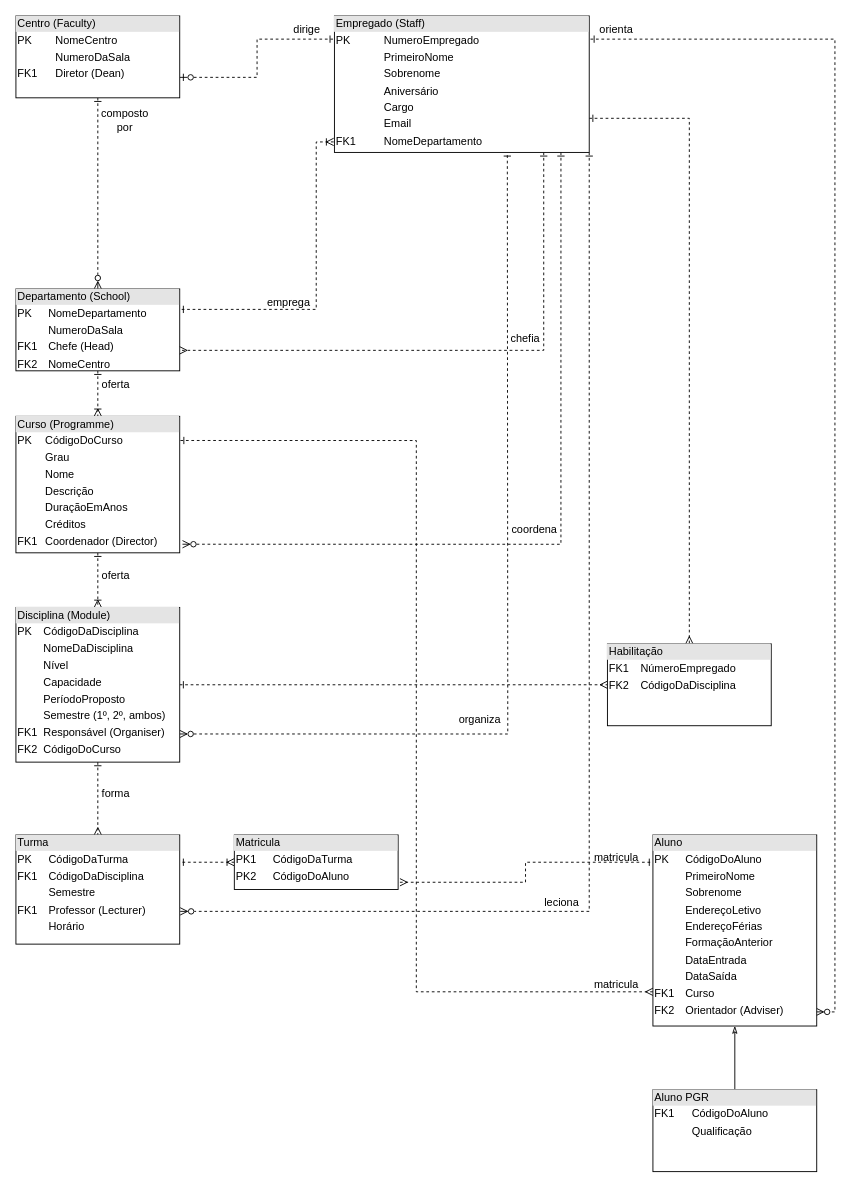
This is Untitled Diagram.drawio from PabloBF/SQL_UEA, a draw.io file, before an edit. Source tidied: cells renumbered, new cells numbered last; positions are measured from the earlier drawing's top-left corner, leaving out a move shared by most shapes. Both pictures are drawn from the tidied source at 91%, with x=0, y=0 at pixel (15, 15).
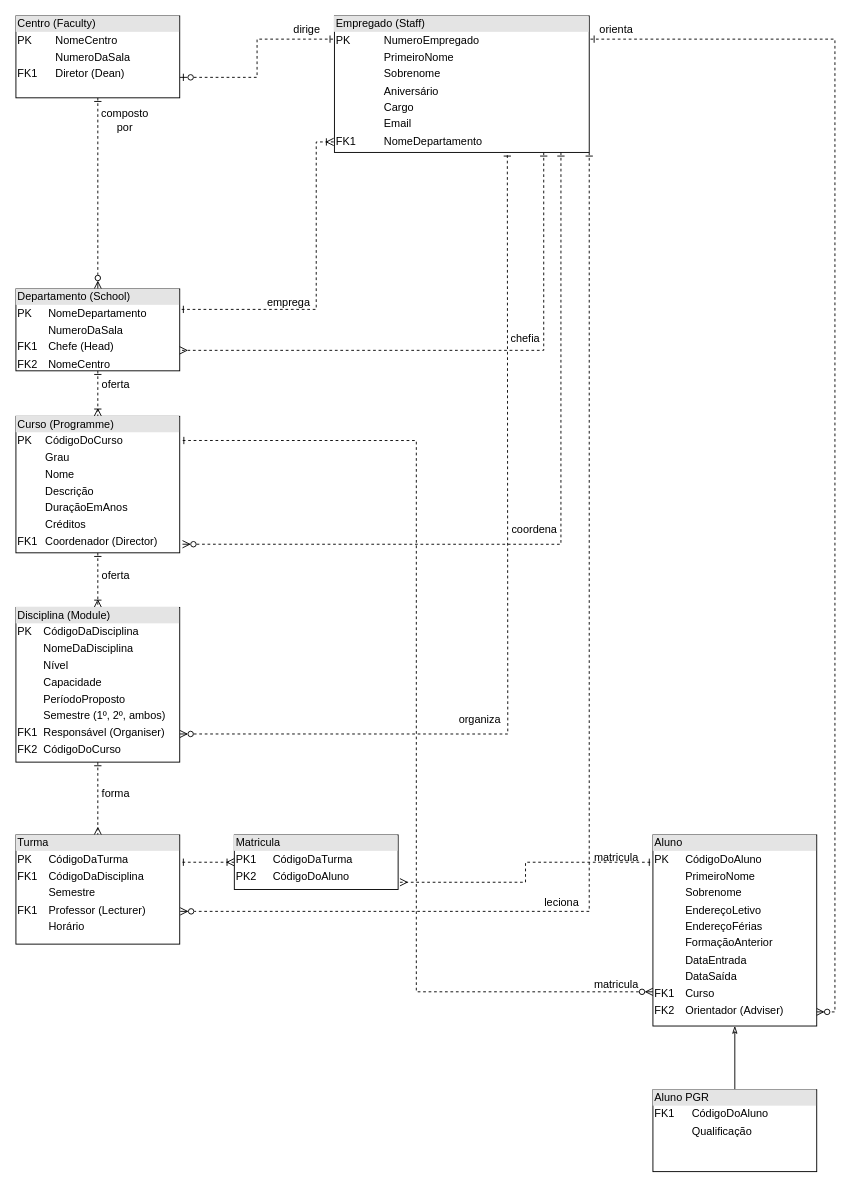
Above is the later version.

Unchanged cells that the change refers to:
```xml
<mxCell id="12" value="&lt;div style=&quot;box-sizing:border-box;width:100%;background:#e4e4e4;padding:2px;&quot;&gt;Empregado (Staff)&lt;/div&gt;&lt;table style=&quot;width:100%;font-size:1em;&quot; cellpadding=&quot;2&quot; cellspacing=&quot;0&quot;&gt;&lt;tbody&gt;&lt;tr&gt;&lt;td&gt;PK&lt;/td&gt;&lt;td&gt;NumeroEmpregado&lt;/td&gt;&lt;/tr&gt;&lt;tr&gt;&lt;td&gt;&lt;br&gt;&lt;/td&gt;&lt;td&gt;PrimeiroNome&lt;/td&gt;&lt;/tr&gt;&lt;tr&gt;&lt;td&gt;&lt;br&gt;&lt;/td&gt;&lt;td&gt;Sobrenome&lt;/td&gt;&lt;/tr&gt;&lt;tr&gt;&lt;td&gt;&lt;br&gt;&lt;/td&gt;&lt;td&gt;Aniversário&lt;/td&gt;&lt;/tr&gt;&lt;tr&gt;&lt;td&gt;&lt;br&gt;&lt;/td&gt;&lt;td&gt;Cargo&lt;/td&gt;&lt;/tr&gt;&lt;tr&gt;&lt;td&gt;&lt;br&gt;&lt;/td&gt;&lt;td&gt;Email&lt;/td&gt;&lt;/tr&gt;&lt;tr&gt;&lt;td&gt;FK1&lt;/td&gt;&lt;td&gt;NomeDepartamento&lt;/td&gt;&lt;/tr&gt;&lt;tr&gt;&lt;td&gt;&lt;/td&gt;&lt;td&gt;&lt;br&gt;&lt;/td&gt;&lt;/tr&gt;&lt;/tbody&gt;&lt;/table&gt;" style="verticalAlign=top;align=left;overflow=fill;html=1;" parent="1" vertex="1">
  <mxGeometry x="350" width="280" height="150" as="geometry" />
</mxCell>
<mxCell id="19" value="&lt;div style=&quot;box-sizing:border-box;width:100%;background:#e4e4e4;padding:2px;&quot;&gt;Curso (Programme)&lt;/div&gt;&lt;table style=&quot;width:100%;font-size:1em;&quot; cellpadding=&quot;2&quot; cellspacing=&quot;0&quot;&gt;&lt;tbody&gt;&lt;tr&gt;&lt;td&gt;PK&lt;/td&gt;&lt;td&gt;CódigoDoCurso&lt;/td&gt;&lt;/tr&gt;&lt;tr&gt;&lt;td&gt;&lt;br&gt;&lt;/td&gt;&lt;td&gt;Grau&lt;/td&gt;&lt;/tr&gt;&lt;tr&gt;&lt;td&gt;&lt;br&gt;&lt;/td&gt;&lt;td&gt;Nome&lt;/td&gt;&lt;/tr&gt;&lt;tr&gt;&lt;td&gt;&lt;br&gt;&lt;/td&gt;&lt;td&gt;Descrição&lt;br&gt;&lt;/td&gt;&lt;/tr&gt;&lt;tr&gt;&lt;td&gt;&lt;br&gt;&lt;/td&gt;&lt;td&gt;DuraçãoEmAnos&lt;/td&gt;&lt;/tr&gt;&lt;tr&gt;&lt;td&gt;&lt;br&gt;&lt;/td&gt;&lt;td&gt;Créditos&lt;/td&gt;&lt;/tr&gt;&lt;tr&gt;&lt;td&gt;FK1&lt;/td&gt;&lt;td&gt;Coordenador (Director)&lt;/td&gt;&lt;/tr&gt;&lt;tr&gt;&lt;td&gt;&lt;br&gt;&lt;/td&gt;&lt;td&gt;&lt;br&gt;&lt;/td&gt;&lt;/tr&gt;&lt;/tbody&gt;&lt;/table&gt;" style="verticalAlign=top;align=left;overflow=fill;html=1;" parent="1" vertex="1">
  <mxGeometry y="440" width="180" height="150" as="geometry" />
</mxCell>
<mxCell id="25" value="&lt;div style=&quot;box-sizing:border-box;width:100%;background:#e4e4e4;padding:2px;&quot;&gt;Disciplina (Module)&lt;/div&gt;&lt;table style=&quot;width:100%;font-size:1em;&quot; cellpadding=&quot;2&quot; cellspacing=&quot;0&quot;&gt;&lt;tbody&gt;&lt;tr&gt;&lt;td&gt;PK&lt;/td&gt;&lt;td&gt;CódigoDaDisciplina&lt;/td&gt;&lt;/tr&gt;&lt;tr&gt;&lt;td&gt;&lt;br&gt;&lt;/td&gt;&lt;td&gt;NomeDaDisciplina&lt;/td&gt;&lt;/tr&gt;&lt;tr&gt;&lt;td&gt;&lt;/td&gt;&lt;td&gt;Nível&lt;/td&gt;&lt;/tr&gt;&lt;tr&gt;&lt;td&gt;&lt;br&gt;&lt;/td&gt;&lt;td&gt;Capacidade&lt;/td&gt;&lt;/tr&gt;&lt;tr&gt;&lt;td&gt;&lt;br&gt;&lt;/td&gt;&lt;td&gt;PeríodoProposto&lt;/td&gt;&lt;/tr&gt;&lt;tr&gt;&lt;td&gt;&lt;br&gt;&lt;/td&gt;&lt;td&gt;Semestre (1º, 2º, ambos)&lt;/td&gt;&lt;/tr&gt;&lt;tr&gt;&lt;td&gt;FK1&lt;/td&gt;&lt;td&gt;Responsável (Organiser)&lt;/td&gt;&lt;/tr&gt;&lt;tr&gt;&lt;td&gt;FK2&lt;/td&gt;&lt;td&gt;CódigoDoCurso&lt;/td&gt;&lt;/tr&gt;&lt;/tbody&gt;&lt;/table&gt;" style="verticalAlign=top;align=left;overflow=fill;html=1;" parent="1" vertex="1">
  <mxGeometry y="650" width="180" height="170" as="geometry" />
</mxCell>
<mxCell id="35" value="&lt;div style=&quot;box-sizing:border-box;width:100%;background:#e4e4e4;padding:2px;&quot;&gt;Aluno&lt;/div&gt;&lt;table style=&quot;width:100%;font-size:1em;&quot; cellpadding=&quot;2&quot; cellspacing=&quot;0&quot;&gt;&lt;tbody&gt;&lt;tr&gt;&lt;td&gt;PK&lt;/td&gt;&lt;td&gt;CódigoDoAluno&lt;/td&gt;&lt;/tr&gt;&lt;tr&gt;&lt;td&gt;&lt;br&gt;&lt;/td&gt;&lt;td&gt;PrimeiroNome&lt;/td&gt;&lt;/tr&gt;&lt;tr&gt;&lt;td&gt;&lt;/td&gt;&lt;td&gt;Sobrenome&lt;/td&gt;&lt;/tr&gt;&lt;tr&gt;&lt;td&gt;&lt;br&gt;&lt;/td&gt;&lt;td&gt;EndereçoLetivo&lt;/td&gt;&lt;/tr&gt;&lt;tr&gt;&lt;td&gt;&lt;br&gt;&lt;/td&gt;&lt;td&gt;EndereçoFérias&lt;/td&gt;&lt;/tr&gt;&lt;tr&gt;&lt;td&gt;&lt;br&gt;&lt;/td&gt;&lt;td&gt;FormaçãoAnterior&lt;/td&gt;&lt;/tr&gt;&lt;tr&gt;&lt;td&gt;&lt;br&gt;&lt;/td&gt;&lt;td&gt;DataEntrada&lt;/td&gt;&lt;/tr&gt;&lt;tr&gt;&lt;td&gt;&lt;br&gt;&lt;/td&gt;&lt;td&gt;DataSaída&lt;/td&gt;&lt;/tr&gt;&lt;tr&gt;&lt;td&gt;FK1&lt;/td&gt;&lt;td&gt;Curso&lt;/td&gt;&lt;/tr&gt;&lt;tr&gt;&lt;td&gt;FK2&lt;/td&gt;&lt;td&gt;Orientador (Adviser)&lt;/td&gt;&lt;/tr&gt;&lt;/tbody&gt;&lt;/table&gt;" style="verticalAlign=top;align=left;overflow=fill;html=1;" parent="1" vertex="1">
  <mxGeometry x="700" y="900" width="180" height="210" as="geometry" />
</mxCell>
```

What changed in the source:
```diff
@@
-    <mxCell id="11" style="edgeStyle=orthogonalEdgeStyle;rounded=0;jettySize=auto;html=1;exitX=1;exitY=0.75;exitDx=0;exitDy=0;dashed=1;startArrow=ERone;startFill=0;endArrow=ERmany;endFill=0;" parent="1" edge="1" source="12" target="41">
-      <mxGeometry relative="1" as="geometry" />
-    </mxCell>
@@
-    <mxCell id="24" style="edgeStyle=orthogonalEdgeStyle;rounded=0;jettySize=auto;html=1;entryX=0;entryY=0.5;entryDx=0;entryDy=0;endArrow=ERmany;endFill=0;dashed=1;startArrow=ERone;startFill=0;" parent="1" edge="1" source="25" target="41">
-      <mxGeometry relative="1" as="geometry" />
-    </mxCell>
@@
-    <mxCell id="34" style="edgeStyle=orthogonalEdgeStyle;rounded=0;jettySize=auto;html=1;entryX=1.003;entryY=0.177;entryDx=0;entryDy=0;entryPerimeter=0;dashed=1;startArrow=ERmany;startFill=0;endArrow=ERone;endFill=0;exitX=0;exitY=0.821;exitDx=0;exitDy=0;exitPerimeter=0;" parent="1" edge="1" source="35" target="19">
+    <mxCell id="34" style="edgeStyle=orthogonalEdgeStyle;rounded=0;jettySize=auto;html=1;entryX=1.003;entryY=0.177;entryDx=0;entryDy=0;entryPerimeter=0;dashed=1;startArrow=ERzeroToMany;startFill=0;endArrow=ERone;endFill=0;exitX=0;exitY=0.821;exitDx=0;exitDy=0;exitPerimeter=0;" parent="1" edge="1" source="35" target="19">
       <mxGeometry relative="1" as="geometry" />
     </mxCell>
@@
-    <mxCell id="41" value="&lt;div style=&quot;box-sizing:border-box;width:100%;background:#e4e4e4;padding:2px;&quot;&gt;Habilitação&lt;/div&gt;&lt;table style=&quot;width:100%;font-size:1em;&quot; cellpadding=&quot;2&quot; cellspacing=&quot;0&quot;&gt;&lt;tbody&gt;&lt;tr&gt;&lt;td&gt;FK1&lt;/td&gt;&lt;td&gt;NúmeroEmpregado&lt;/td&gt;&lt;/tr&gt;&lt;tr&gt;&lt;td&gt;FK2&lt;/td&gt;&lt;td&gt;CódigoDaDisciplina&lt;/td&gt;&lt;/tr&gt;&lt;/tbody&gt;&lt;/table&gt;" style="verticalAlign=top;align=left;overflow=fill;html=1;" parent="1" vertex="1">
-      <mxGeometry x="650" y="690" width="180" height="90" as="geometry" />
-    </mxCell>
```
